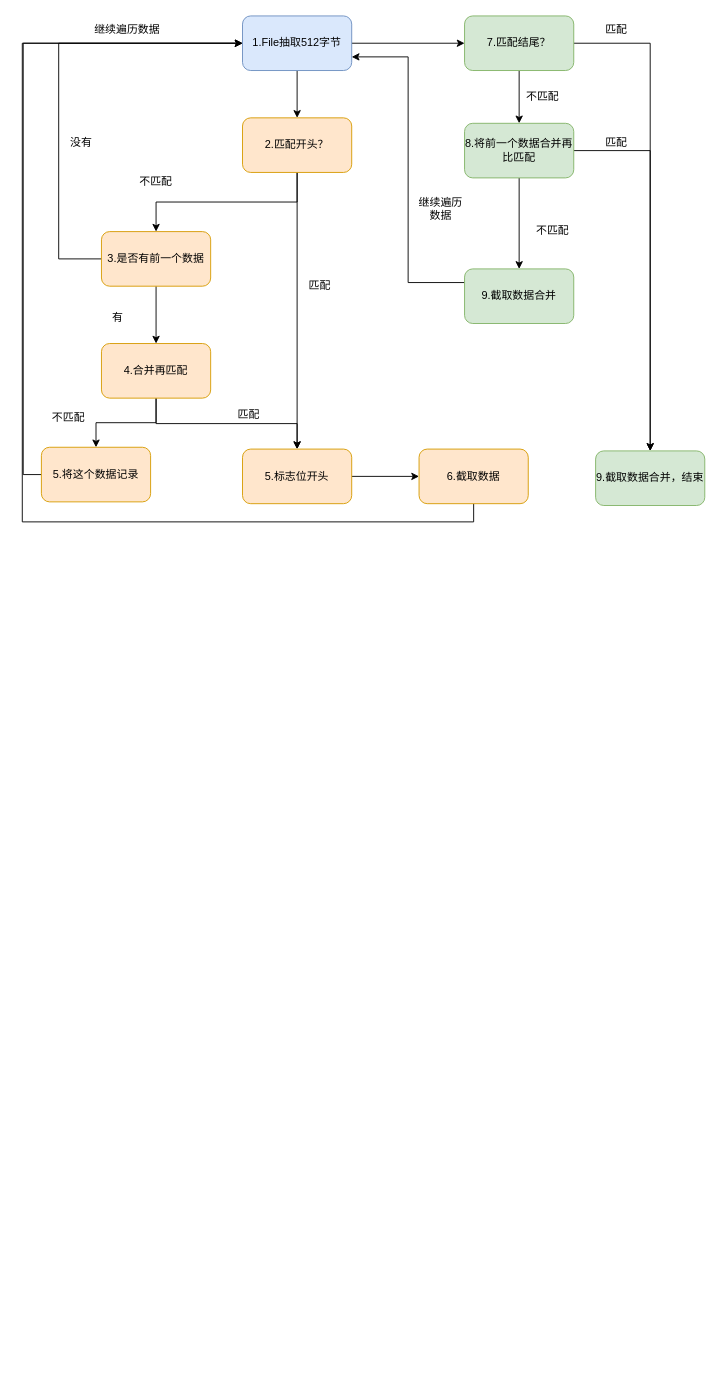
cangwang/news keeps this draw.io diagram as page "Page-5" (5 of 7) of Combo不被打断.drawio. Above is the earlier version. Source tidied: cells renumbered, new cells numbered last; positions are measured from the earlier drawing's top-left corner, leaving out a move shared by most shapes. Both pictures are drawn from the tidied source at 91%, with x=0, y=0 at pixel (22, 15).
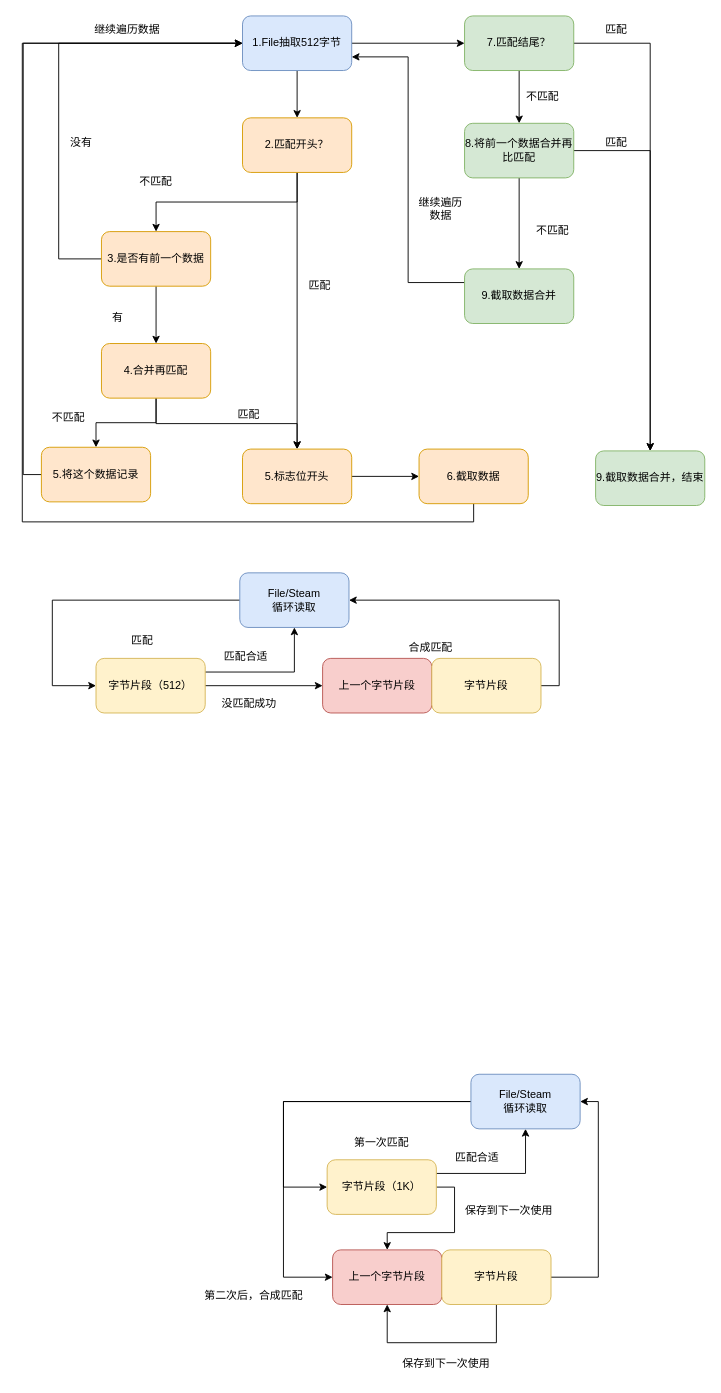
After the change.

What changed in the source:
```diff
@@
+    <mxCell id="41" style="edgeStyle=orthogonalEdgeStyle;rounded=0;jettySize=auto;html=1;exitX=1;exitY=0.5;exitDx=0;exitDy=0;" parent="1" edge="1" source="43" target="44">
+      <mxGeometry relative="1" as="geometry" />
+    </mxCell>
+    <mxCell id="42" style="edgeStyle=orthogonalEdgeStyle;rounded=0;jettySize=auto;html=1;exitX=1;exitY=0.25;exitDx=0;exitDy=0;" parent="1" edge="1" source="43" target="48">
+      <mxGeometry relative="1" as="geometry" />
+    </mxCell>
+    <mxCell id="43" value="字节片段（512）" style="rounded=1;whiteSpace=wrap;html=1;fillColor=#fff2cc;strokeColor=#d6b656;" parent="1" vertex="1">
+      <mxGeometry x="81" y="706" width="120" height="60" as="geometry" />
+    </mxCell>
+    <mxCell id="44" value="上一个字节片段" style="rounded=1;whiteSpace=wrap;html=1;fillColor=#f8cecc;strokeColor=#b85450;" parent="1" vertex="1">
+      <mxGeometry x="330" y="706" width="120" height="60" as="geometry" />
+    </mxCell>
+    <mxCell id="45" style="edgeStyle=orthogonalEdgeStyle;rounded=0;jettySize=auto;html=1;exitX=1;exitY=0.5;exitDx=0;exitDy=0;entryX=1;entryY=0.5;entryDx=0;entryDy=0;" parent="1" edge="1" source="46" target="48">
+      <mxGeometry relative="1" as="geometry" />
+    </mxCell>
+    <mxCell id="46" value="字节片段" style="rounded=1;whiteSpace=wrap;html=1;fillColor=#fff2cc;strokeColor=#d6b656;" parent="1" vertex="1">
+      <mxGeometry x="450" y="706" width="120" height="60" as="geometry" />
+    </mxCell>
+    <mxCell id="47" style="edgeStyle=orthogonalEdgeStyle;rounded=0;jettySize=auto;html=1;exitX=0;exitY=0.5;exitDx=0;exitDy=0;entryX=0;entryY=0.5;entryDx=0;entryDy=0;" parent="1" edge="1" source="48" target="43">
+      <mxGeometry relative="1" as="geometry">
+        <Array as="points">
+          <mxPoint x="33" y="642" />
+          <mxPoint x="33" y="736" />
+        </Array>
+      </mxGeometry>
+    </mxCell>
+    <mxCell id="48" value="File/Steam&lt;br&gt;循环读取" style="rounded=1;whiteSpace=wrap;html=1;fillColor=#dae8fc;strokeColor=#6c8ebf;" parent="1" vertex="1">
+      <mxGeometry x="239" y="612" width="120" height="60" as="geometry" />
+    </mxCell>
+    <mxCell id="49" value="匹配" style="text;html=1;strokeColor=none;fillColor=none;align=center;verticalAlign=middle;whiteSpace=wrap;rounded=0;" parent="1" vertex="1">
+      <mxGeometry x="102" y="672" width="60" height="30" as="geometry" />
+    </mxCell>
+    <mxCell id="50" value="合成匹配" style="text;html=1;strokeColor=none;fillColor=none;align=center;verticalAlign=middle;whiteSpace=wrap;rounded=0;" parent="1" vertex="1">
+      <mxGeometry x="419" y="679" width="60" height="30" as="geometry" />
+    </mxCell>
+    <mxCell id="51" value="匹配合适" style="text;html=1;strokeColor=none;fillColor=none;align=center;verticalAlign=middle;whiteSpace=wrap;rounded=0;" parent="1" vertex="1">
+      <mxGeometry x="216" y="689" width="60" height="30" as="geometry" />
+    </mxCell>
+    <mxCell id="52" value="没匹配成功" style="text;html=1;strokeColor=none;fillColor=none;align=center;verticalAlign=middle;whiteSpace=wrap;rounded=0;" parent="1" vertex="1">
+      <mxGeometry x="208.5" y="741" width="81" height="30" as="geometry" />
+    </mxCell>
+    <mxCell id="53" style="edgeStyle=orthogonalEdgeStyle;rounded=0;jettySize=auto;html=1;exitX=1;exitY=0.5;exitDx=0;exitDy=0;" parent="1" edge="1" source="55" target="56">
+      <mxGeometry relative="1" as="geometry" />
+    </mxCell>
+    <mxCell id="54" style="edgeStyle=orthogonalEdgeStyle;rounded=0;jettySize=auto;html=1;exitX=1;exitY=0.25;exitDx=0;exitDy=0;" parent="1" edge="1" source="55" target="62">
+      <mxGeometry relative="1" as="geometry" />
+    </mxCell>
+    <mxCell id="55" value="字节片段（1K）" style="rounded=1;whiteSpace=wrap;html=1;fillColor=#fff2cc;strokeColor=#d6b656;" parent="1" vertex="1">
+      <mxGeometry x="335" y="1257" width="120" height="60" as="geometry" />
+    </mxCell>
+    <mxCell id="56" value="上一个字节片段" style="rounded=1;whiteSpace=wrap;html=1;fillColor=#f8cecc;strokeColor=#b85450;" parent="1" vertex="1">
+      <mxGeometry x="341" y="1356" width="120" height="60" as="geometry" />
+    </mxCell>
+    <mxCell id="57" style="edgeStyle=orthogonalEdgeStyle;rounded=0;jettySize=auto;html=1;exitX=1;exitY=0.5;exitDx=0;exitDy=0;entryX=1;entryY=0.5;entryDx=0;entryDy=0;" parent="1" edge="1" source="59" target="62">
+      <mxGeometry relative="1" as="geometry" />
+    </mxCell>
+    <mxCell id="58" style="edgeStyle=orthogonalEdgeStyle;rounded=0;jettySize=auto;html=1;exitX=0.5;exitY=1;exitDx=0;exitDy=0;entryX=0.5;entryY=1;entryDx=0;entryDy=0;" parent="1" edge="1" source="59" target="56">
+      <mxGeometry relative="1" as="geometry">
+        <Array as="points">
+          <mxPoint x="521" y="1458" />
+          <mxPoint x="401" y="1458" />
+        </Array>
+      </mxGeometry>
+    </mxCell>
+    <mxCell id="59" value="字节片段" style="rounded=1;whiteSpace=wrap;html=1;fillColor=#fff2cc;strokeColor=#d6b656;" parent="1" vertex="1">
+      <mxGeometry x="461" y="1356" width="120" height="60" as="geometry" />
+    </mxCell>
+    <mxCell id="60" style="edgeStyle=orthogonalEdgeStyle;rounded=0;jettySize=auto;html=1;exitX=0;exitY=0.5;exitDx=0;exitDy=0;entryX=0;entryY=0.5;entryDx=0;entryDy=0;" parent="1" edge="1" source="62" target="55">
+      <mxGeometry relative="1" as="geometry">
+        <Array as="points">
+          <mxPoint x="287" y="1193" />
+          <mxPoint x="287" y="1287" />
+        </Array>
+      </mxGeometry>
+    </mxCell>
+    <mxCell id="61" style="edgeStyle=orthogonalEdgeStyle;rounded=0;jettySize=auto;html=1;exitX=0;exitY=0.5;exitDx=0;exitDy=0;entryX=0;entryY=0.5;entryDx=0;entryDy=0;" parent="1" edge="1" source="62" target="56">
+      <mxGeometry relative="1" as="geometry">
+        <Array as="points">
+          <mxPoint x="287" y="1193" />
+          <mxPoint x="287" y="1386" />
+        </Array>
+      </mxGeometry>
+    </mxCell>
+    <mxCell id="62" value="File/Steam&lt;br&gt;循环读取" style="rounded=1;whiteSpace=wrap;html=1;fillColor=#dae8fc;strokeColor=#6c8ebf;" parent="1" vertex="1">
+      <mxGeometry x="493" y="1163" width="120" height="60" as="geometry" />
+    </mxCell>
+    <mxCell id="63" value="第一次匹配" style="text;html=1;strokeColor=none;fillColor=none;align=center;verticalAlign=middle;whiteSpace=wrap;rounded=0;" parent="1" vertex="1">
+      <mxGeometry x="356" y="1223" width="78" height="30" as="geometry" />
+    </mxCell>
+    <mxCell id="64" value="第二次后，合成匹配" style="text;html=1;strokeColor=none;fillColor=none;align=center;verticalAlign=middle;whiteSpace=wrap;rounded=0;" parent="1" vertex="1">
+      <mxGeometry x="190" y="1391" width="129" height="30" as="geometry" />
+    </mxCell>
+    <mxCell id="65" value="匹配合适" style="text;html=1;strokeColor=none;fillColor=none;align=center;verticalAlign=middle;whiteSpace=wrap;rounded=0;" parent="1" vertex="1">
+      <mxGeometry x="470" y="1240" width="60" height="30" as="geometry" />
+    </mxCell>
+    <mxCell id="66" value="保存到下一次使用" style="text;html=1;strokeColor=none;fillColor=none;align=center;verticalAlign=middle;whiteSpace=wrap;rounded=0;" parent="1" vertex="1">
+      <mxGeometry x="478" y="1298" width="114" height="30" as="geometry" />
+    </mxCell>
+    <mxCell id="67" value="保存到下一次使用" style="text;html=1;strokeColor=none;fillColor=none;align=center;verticalAlign=middle;whiteSpace=wrap;rounded=0;" parent="1" vertex="1">
+      <mxGeometry x="409" y="1466" width="114" height="30" as="geometry" />
+    </mxCell>
```
